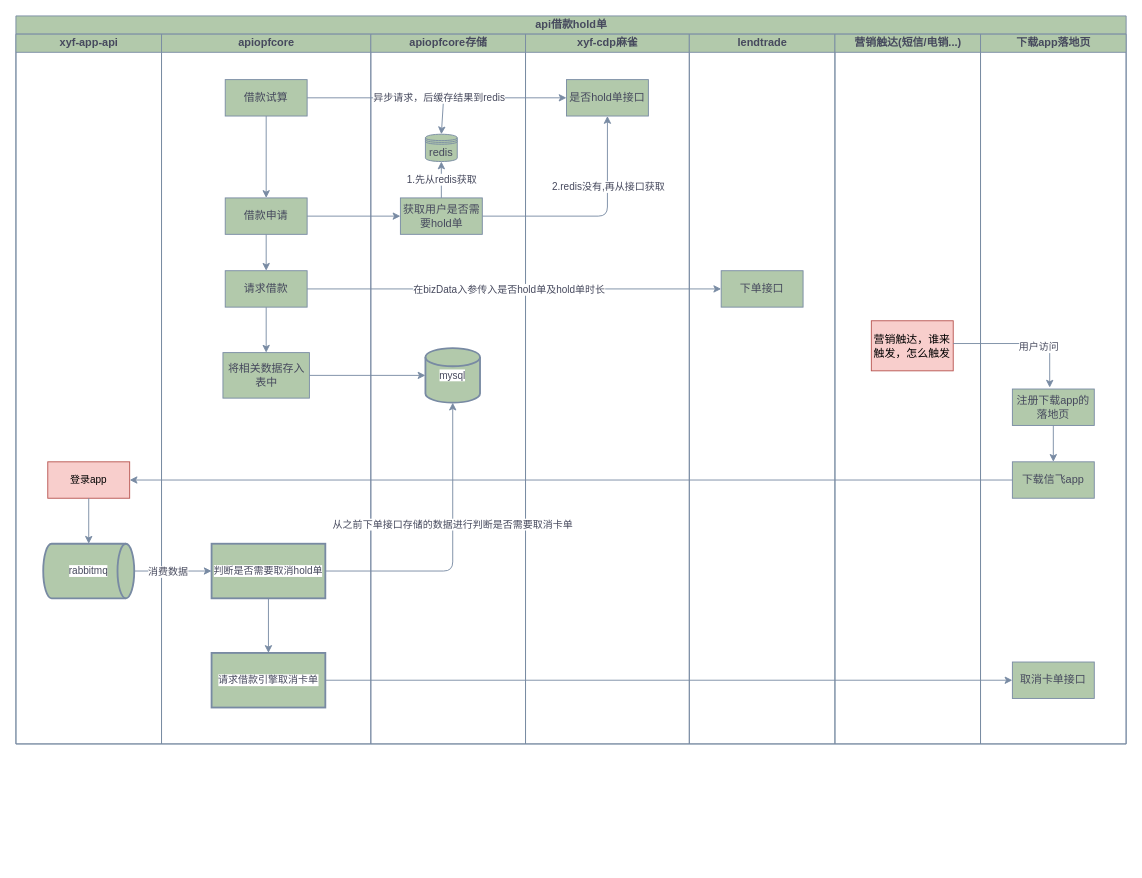
yuanlj-tea/picgo keeps this draw.io diagram as api借款hold单.drawio. Above is the earlier version. Source tidied: cells renumbered, new cells numbered last; positions are measured from the earlier drawing's top-left corner, leaving out a move shared by most shapes. Both pictures are drawn from the tidied source at 91%, with x=0, y=0 at pixel (15, 15).
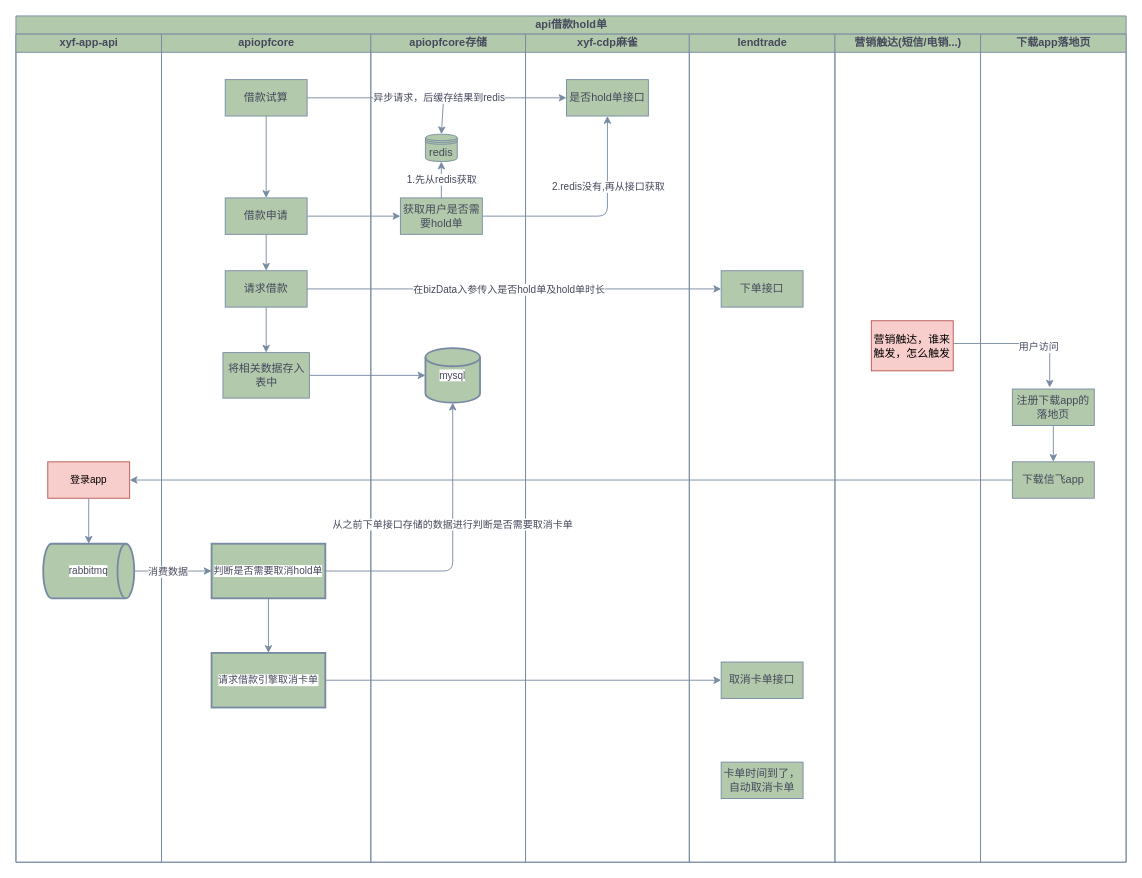
The same diagram, later.

Commit message (it also covers changes not shown here):
更新api借款hold单.drawio

Diff of the diagram source:
```diff
@@
     <mxCell id="2" value="api借款hold单" style="swimlane;startSize=20;html=1;labelBackgroundColor=none;fillColor=#B2C9AB;strokeColor=#788AA3;fontColor=#46495D;" parent="1" vertex="1">
-      <mxGeometry width="1220" height="800" as="geometry" />
+      <mxGeometry width="1220" height="930" as="geometry" />
     </mxCell>
     <mxCell id="3" value="xyf-app-api" style="swimlane;startSize=20;html=1;labelBackgroundColor=none;fillColor=#B2C9AB;strokeColor=#788AA3;fontColor=#46495D;" parent="2" vertex="1">
-      <mxGeometry y="20" width="160" height="780" as="geometry" />
+      <mxGeometry y="20" width="160" height="910" as="geometry" />
     </mxCell>
@@
     <mxCell id="7" value="apiopfcore" style="swimlane;startSize=20;html=1;labelBackgroundColor=none;fillColor=#B2C9AB;strokeColor=#788AA3;fontColor=#46495D;" parent="2" vertex="1">
-      <mxGeometry x="160" y="20" width="230" height="780" as="geometry" />
+      <mxGeometry x="160" y="20" width="230" height="910" as="geometry" />
     </mxCell>
@@
     <mxCell id="18" value="apiopfcore存储" style="swimlane;startSize=20;html=1;labelBackgroundColor=none;fillColor=#B2C9AB;strokeColor=#788AA3;fontColor=#46495D;" parent="2" vertex="1">
-      <mxGeometry x="390" y="20" width="170" height="780" as="geometry" />
+      <mxGeometry x="390" y="20" width="170" height="910" as="geometry" />
     </mxCell>
@@
     <mxCell id="25" value="xyf-cdp麻雀" style="swimlane;startSize=20;html=1;labelBackgroundColor=none;fillColor=#B2C9AB;strokeColor=#788AA3;fontColor=#46495D;" parent="2" vertex="1">
-      <mxGeometry x="560" y="20" width="180" height="780" as="geometry" />
+      <mxGeometry x="560" y="20" width="180" height="910" as="geometry" />
     </mxCell>
@@
     <mxCell id="27" value="lendtrade" style="swimlane;startSize=20;html=1;labelBackgroundColor=none;fillColor=#B2C9AB;strokeColor=#788AA3;fontColor=#46495D;" parent="2" vertex="1">
-      <mxGeometry x="740" y="20" width="160" height="780" as="geometry" />
+      <mxGeometry x="740" y="20" width="160" height="910" as="geometry" />
     </mxCell>
@@
+    <mxCell id="35" value="取消卡单接口" style="whiteSpace=wrap;html=1;fillColor=#B2C9AB;strokeColor=#788AA3;fontColor=#46495D;rounded=0;" parent="27" vertex="1">
+      <mxGeometry x="35" y="690" width="90" height="40" as="geometry" />
+    </mxCell>
+    <mxCell id="52" value="卡单时间到了，自动取消卡单" style="whiteSpace=wrap;html=1;fillColor=#B2C9AB;strokeColor=#788AA3;fontColor=#46495D;rounded=0;" parent="27" vertex="1">
+      <mxGeometry x="35" y="800" width="90" height="40" as="geometry" />
+    </mxCell>
     <mxCell id="29" value="营销触达(短信/电销...)" style="swimlane;startSize=20;html=1;labelBackgroundColor=none;fillColor=#B2C9AB;strokeColor=#788AA3;fontColor=#46495D;" parent="2" vertex="1">
-      <mxGeometry x="900" y="20" width="160" height="780" as="geometry" />
+      <mxGeometry x="900" y="20" width="160" height="910" as="geometry" />
     </mxCell>
@@
     <mxCell id="31" value="下载app落地页" style="swimlane;startSize=20;html=1;labelBackgroundColor=none;fillColor=#B2C9AB;strokeColor=#788AA3;fontColor=#46495D;" parent="2" vertex="1">
-      <mxGeometry x="1060" y="20" width="160" height="780" as="geometry" />
+      <mxGeometry x="1060" y="20" width="160" height="910" as="geometry" />
     </mxCell>
@@
-    <mxCell id="35" value="取消卡单接口" style="whiteSpace=wrap;html=1;fillColor=#B2C9AB;strokeColor=#788AA3;fontColor=#46495D;rounded=0;" parent="31" vertex="1">
-      <mxGeometry x="35" y="690" width="90" height="40" as="geometry" />
-    </mxCell>
```
